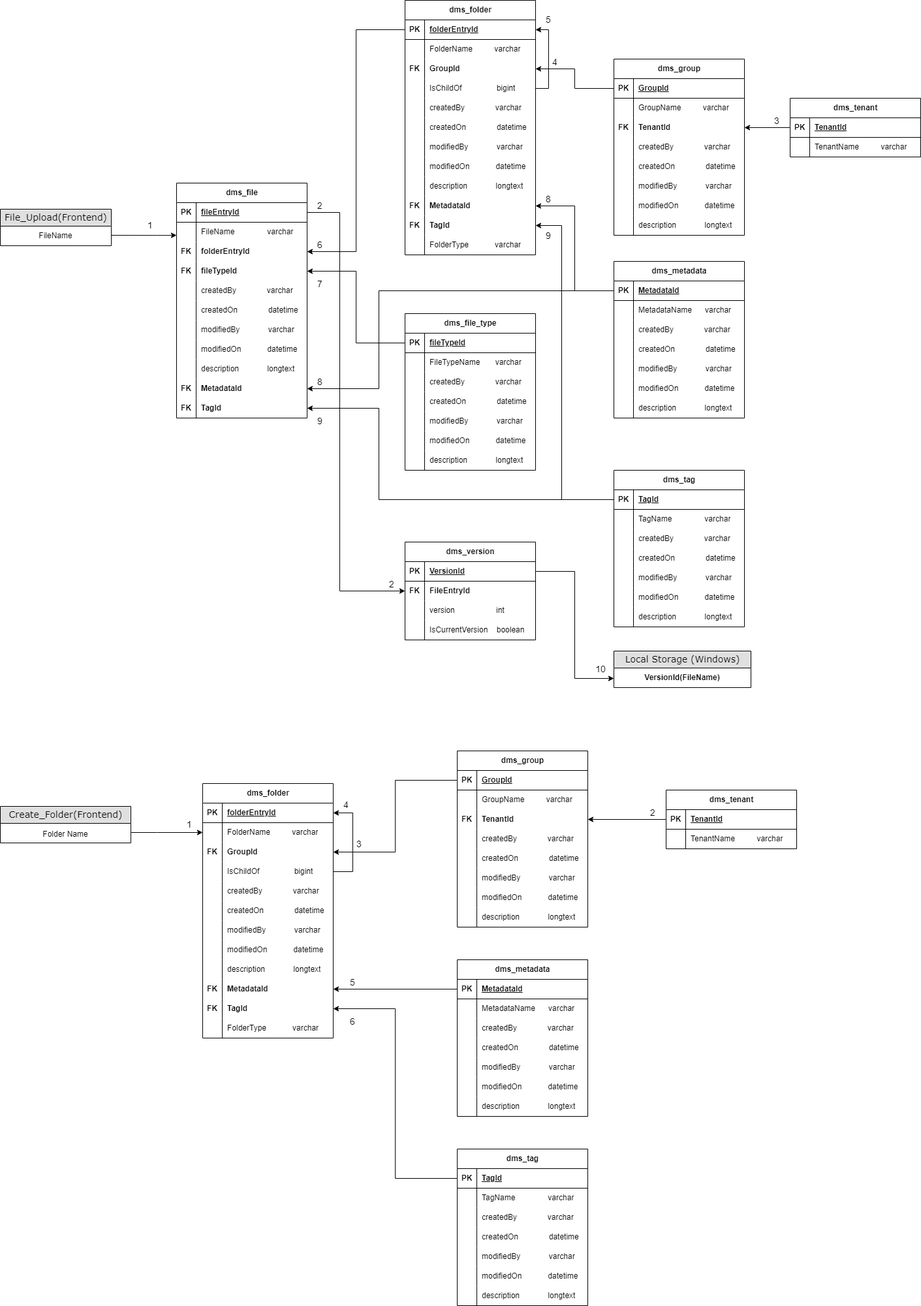
Above: Upload-NxtGen.drawio.png in SandeepGowda7/Drawio (draw.io), before the change. Source tidied: cells renumbered, new cells last; positions are measured from the earlier drawing's top-left corner, leaving out a move shared by most shapes.
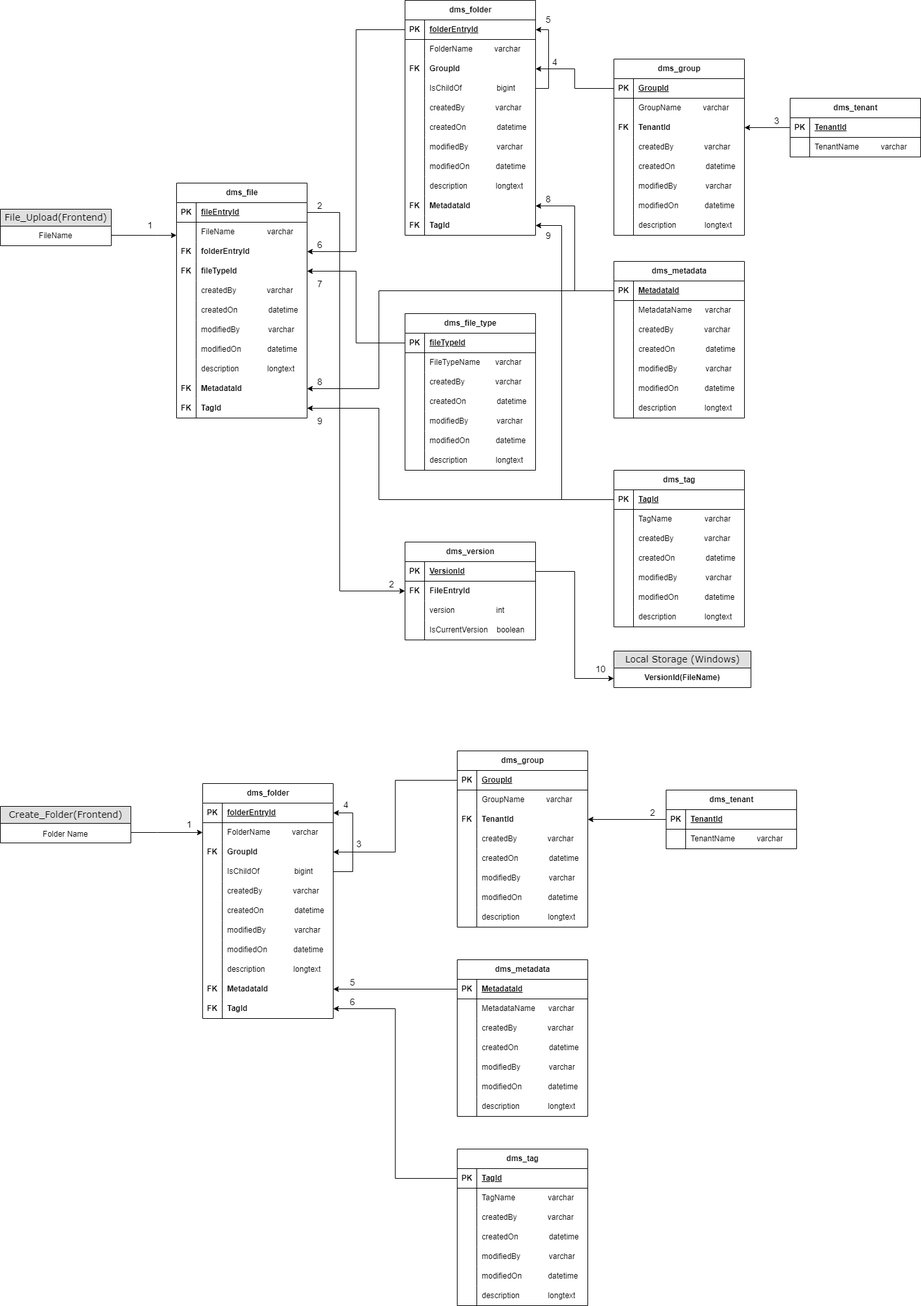
Above is the later version.

The edit, as a diff of the source:
```diff
@@ -330,7 +330,7 @@
       <mxGeometry x="30" width="170" height="30" as="geometry" />
     </mxCell>
     <mxCell id="106" value="dms_folder" style="shape=table;startSize=30;rowLines=0;fontStyle=1;align=center;html=1;" parent="1" vertex="1">
-      <mxGeometry x="620" width="200" height="390" as="geometry" />
+      <mxGeometry x="620" width="200" height="360" as="geometry" />
     </mxCell>
     <mxCell id="107" style="shape=tableRow;horizontal=0;startSize=0;swimlaneHead=0;swimlaneBody=0;fillColor=none;points=[[0,0.5],[1,0.5]];portConstraint=eastwest;top=0;left=0;right=0;bottom=1;" parent="106" vertex="1">
       <mxGeometry y="30" width="200" height="30" as="geometry" />
@@ -431,15 +431,6 @@
     <mxCell id="139" value="&lt;b&gt;TagId&lt;/b&gt;" style="shape=partialRectangle;fillColor=none;top=0;left=0;bottom=0;right=0;align=left;spacingLeft=6;overflow=hidden;whiteSpace=wrap;html=1;" parent="137" vertex="1">
       <mxGeometry x="30" width="170" height="30" as="geometry" />
     </mxCell>
-    <mxCell id="140" style="shape=tableRow;horizontal=0;startSize=0;swimlaneHead=0;swimlaneBody=0;fillColor=none;top=0;left=0;right=0;bottom=0;" parent="106" vertex="1">
-      <mxGeometry y="360" width="200" height="30" as="geometry" />
-    </mxCell>
-    <mxCell id="141" style="shape=partialRectangle;fillColor=none;top=0;left=0;bottom=0;right=0;overflow=hidden;whiteSpace=wrap;html=1;" parent="140" vertex="1">
-      <mxGeometry width="30" height="30" as="geometry" />
-    </mxCell>
-    <mxCell id="142" value="FolderType&amp;nbsp; &amp;nbsp; &amp;nbsp; &amp;nbsp; &amp;nbsp; &amp;nbsp; varchar" style="shape=partialRectangle;fillColor=none;top=0;left=0;bottom=0;right=0;align=left;spacingLeft=6;overflow=hidden;whiteSpace=wrap;html=1;" parent="140" vertex="1">
-      <mxGeometry x="30" width="170" height="30" as="geometry" />
-    </mxCell>
     <mxCell id="143" value="dms_version" style="shape=table;startSize=30;rowLines=0;fontStyle=1;align=center;html=1;" parent="1" vertex="1">
       <mxGeometry x="620" y="830" width="200" height="150" as="geometry" />
     </mxCell>
@@ -680,7 +671,7 @@
       <mxGeometry y="26" width="200" height="14" as="geometry" />
     </mxCell>
     <mxCell id="216" value="dms_folder" style="shape=table;startSize=30;rowLines=0;fontStyle=1;align=center;html=1;" parent="1" vertex="1">
-      <mxGeometry x="310" y="1200" width="200" height="390" as="geometry" />
+      <mxGeometry x="310" y="1200" width="200" height="360" as="geometry" />
     </mxCell>
     <mxCell id="217" style="shape=tableRow;horizontal=0;startSize=0;swimlaneHead=0;swimlaneBody=0;fillColor=none;points=[[0,0.5],[1,0.5]];portConstraint=eastwest;top=0;left=0;right=0;bottom=1;" parent="216" vertex="1">
       <mxGeometry y="30" width="200" height="30" as="geometry" />
@@ -781,15 +772,6 @@
     <mxCell id="249" value="&lt;b&gt;TagId&lt;/b&gt;" style="shape=partialRectangle;fillColor=none;top=0;left=0;bottom=0;right=0;align=left;spacingLeft=6;overflow=hidden;whiteSpace=wrap;html=1;" parent="247" vertex="1">
       <mxGeometry x="30" width="170" height="30" as="geometry" />
     </mxCell>
-    <mxCell id="250" style="shape=tableRow;horizontal=0;startSize=0;swimlaneHead=0;swimlaneBody=0;fillColor=none;top=0;left=0;right=0;bottom=0;" parent="216" vertex="1">
-      <mxGeometry y="360" width="200" height="30" as="geometry" />
-    </mxCell>
-    <mxCell id="251" style="shape=partialRectangle;fillColor=none;top=0;left=0;bottom=0;right=0;overflow=hidden;whiteSpace=wrap;html=1;" parent="250" vertex="1">
-      <mxGeometry width="30" height="30" as="geometry" />
-    </mxCell>
-    <mxCell id="252" value="FolderType&amp;nbsp; &amp;nbsp; &amp;nbsp; &amp;nbsp; &amp;nbsp; &amp;nbsp; varchar" style="shape=partialRectangle;fillColor=none;top=0;left=0;bottom=0;right=0;align=left;spacingLeft=6;overflow=hidden;whiteSpace=wrap;html=1;" parent="250" vertex="1">
-      <mxGeometry x="30" width="170" height="30" as="geometry" />
-    </mxCell>
     <mxCell id="253" style="edgeStyle=orthogonalEdgeStyle;rounded=0;jettySize=auto;html=1;fontFamily=Helvetica;fontSize=12;fontColor=default;startSize=30;exitX=1;exitY=1;exitDx=0;exitDy=0;" parent="1" edge="1" source="215" target="220">
       <mxGeometry relative="1" as="geometry">
         <Array as="points">
@@ -1054,7 +1036,7 @@
       <mxGeometry x="510" y="1490" width="60" height="30" as="geometry" />
     </mxCell>
     <mxCell id="339" value="&lt;font style=&quot;font-size: 14px;&quot;&gt;6&lt;/font&gt;" style="text;html=1;strokeColor=none;fillColor=none;align=center;verticalAlign=middle;whiteSpace=wrap;rounded=0;" parent="1" vertex="1">
-      <mxGeometry x="510" y="1550" width="60" height="30" as="geometry" />
+      <mxGeometry x="510" y="1520" width="60" height="30" as="geometry" />
     </mxCell>
   </root>
 </mxGraphModel>
```
